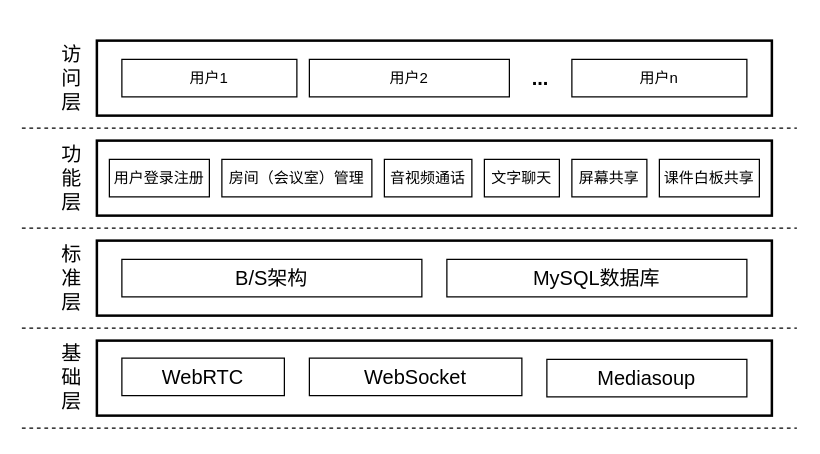
Before: drawio/系统架构图_v2.drawio in jhongxu/image-hosting, a draw.io diagram. Source tidied: cells renumbered, new cells numbered last; positions are measured from the earlier drawing's top-left corner, leaving out a move shared by most shapes. Both pictures are drawn from the tidied source at 125%, with x=0, y=0 at pixel (21, 21).
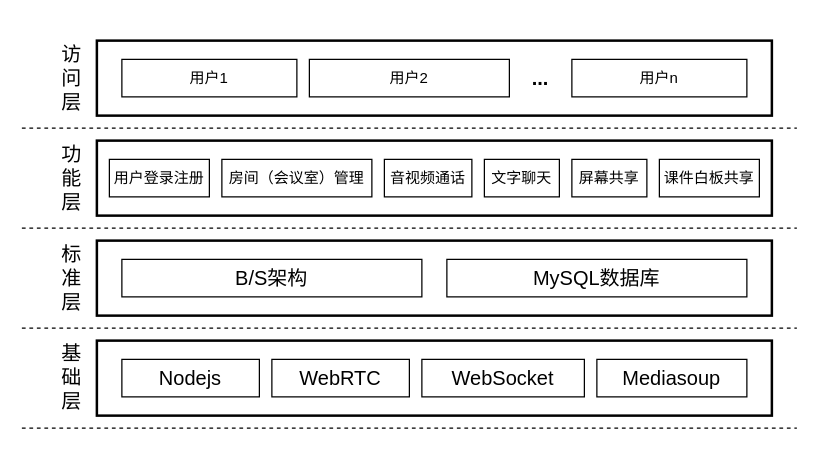
The same diagram, later.

Commit message (it also covers changes not shown here):
更新系统架构图_v2.drawio

The edit, as a diff of the source:
```diff
@@
     <mxCell id="21" value="WebRTC" style="rounded=0;whiteSpace=wrap;html=1;fontSize=16;" parent="1" vertex="1">
-      <mxGeometry x="80" y="269" width="130" height="30" as="geometry" />
+      <mxGeometry x="200" y="270" width="110" height="30" as="geometry" />
     </mxCell>
     <mxCell id="22" value="WebSocket" style="rounded=0;whiteSpace=wrap;html=1;fontSize=16;" parent="1" vertex="1">
-      <mxGeometry x="230" y="269" width="170" height="30" as="geometry" />
+      <mxGeometry x="320" y="270" width="130" height="30" as="geometry" />
     </mxCell>
     <mxCell id="23" value="Mediasoup" style="rounded=0;whiteSpace=wrap;html=1;fontSize=16;" parent="1" vertex="1">
-      <mxGeometry x="420" y="270" width="160" height="30" as="geometry" />
+      <mxGeometry x="460" y="270" width="120" height="30" as="geometry" />
     </mxCell>
@@
+    <mxCell id="29" value="Nodejs" style="rounded=0;whiteSpace=wrap;html=1;fontSize=16;" parent="1" vertex="1">
+      <mxGeometry x="80" y="270" width="110" height="30" as="geometry" />
+    </mxCell>
```
